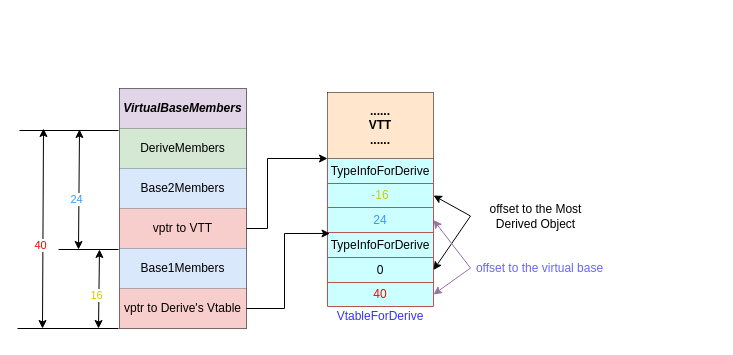
Above: C++对象模型/虚继承class layout.drawio in SixPlusAndTimes/drawio (draw.io), before the change. Source tidied: cells renumbered, new cells numbered last; positions are measured from the earlier drawing's top-left corner, leaving out a move shared by most shapes. Both pictures are drawn from the tidied source at 100%, with x=0, y=0 at pixel (17, 88).
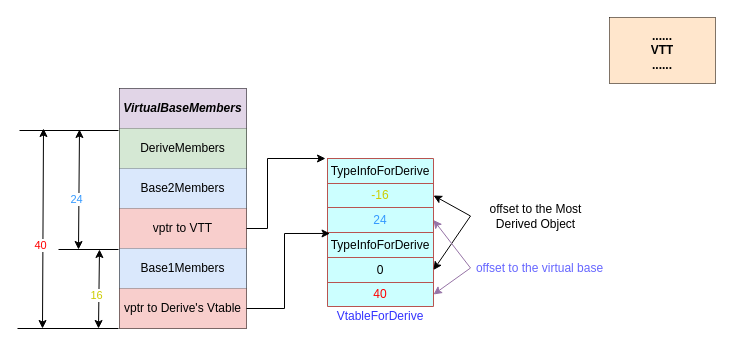
After the change.

Commit message:
更新虚继承class layout.drawio

Unchanged cells that the change refers to:
```xml
<mxCell id="9" style="shape=tableRow;horizontal=0;startSize=0;swimlaneHead=0;swimlaneBody=0;strokeColor=inherit;top=0;left=0;bottom=0;right=0;fillColor=none;points=[[0,0.5],[1,0.5]];portConstraint=eastwest;" parent="2" vertex="1">
  <mxGeometry y="120" width="127" height="40" as="geometry" />
</mxCell>
```

The edit, as a diff of the source:
```diff
@@
     <mxCell id="28" style="shape=table;startSize=0;childLayout=tableLayout;" parent="1" vertex="1">
-      <mxGeometry x="310" y="4" width="106" height="66" as="geometry" />
+      <mxGeometry x="592" y="-71" width="106" height="66" as="geometry" />
     </mxCell>
@@
-    <mxCell id="32" style="edgeStyle=orthogonalEdgeStyle;rounded=0;jettySize=auto;html=1;exitX=1;exitY=0.5;exitDx=0;exitDy=0;entryX=0;entryY=1;entryDx=0;entryDy=0;" parent="1" edge="1" source="9" target="28">
+    <mxCell id="32" style="edgeStyle=orthogonalEdgeStyle;rounded=0;jettySize=auto;html=1;exitX=1;exitY=0.5;exitDx=0;exitDy=0;" parent="1" edge="1" source="9">
       <mxGeometry relative="1" as="geometry">
+        <mxPoint x="308" y="70" as="targetPoint" />
         <Array as="points">
           <mxPoint x="250" y="140" />
           <mxPoint x="250" y="70" />
         </Array>
       </mxGeometry>
     </mxCell>
```
